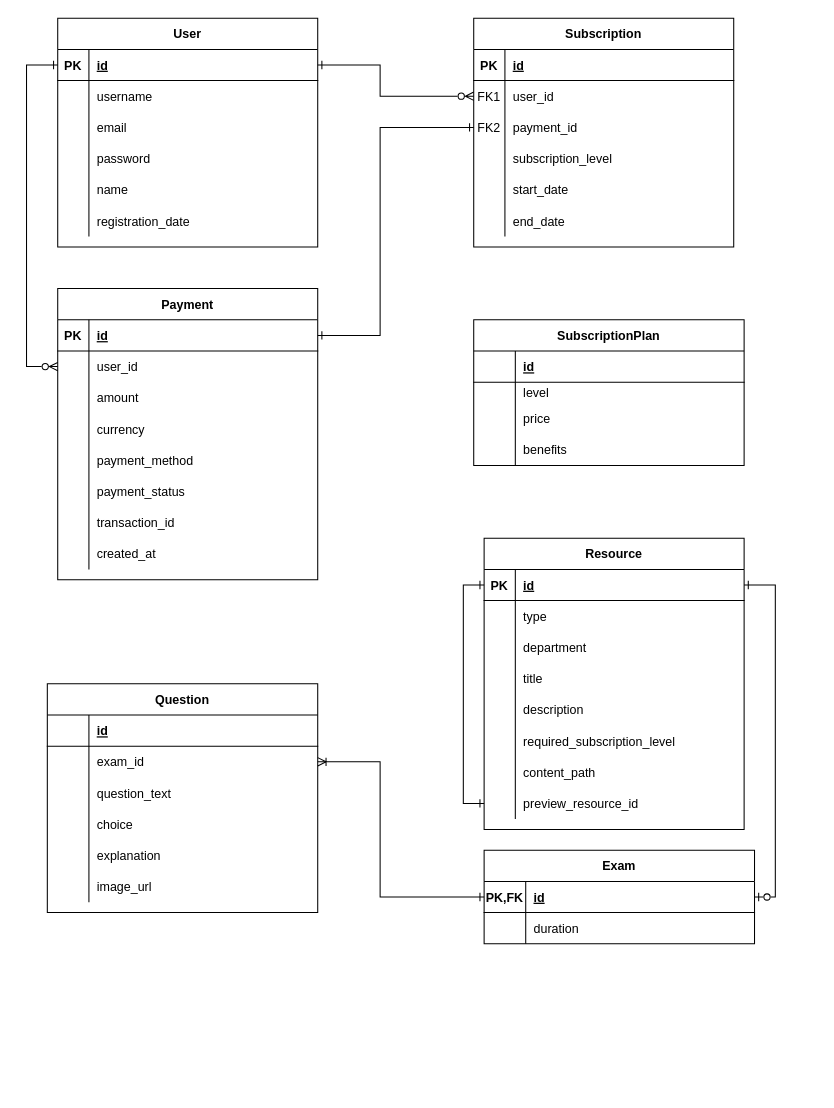
Habtamu-Dires/neus keeps this draw.io diagram as er_diagram.drawio. Above is the earlier version. Source tidied: cells renumbered, new cells numbered last; positions are measured from the earlier drawing's top-left corner, leaving out a move shared by most shapes. Both pictures are drawn from the tidied source at 104%, with x=0, y=0 at pixel (26, 18).
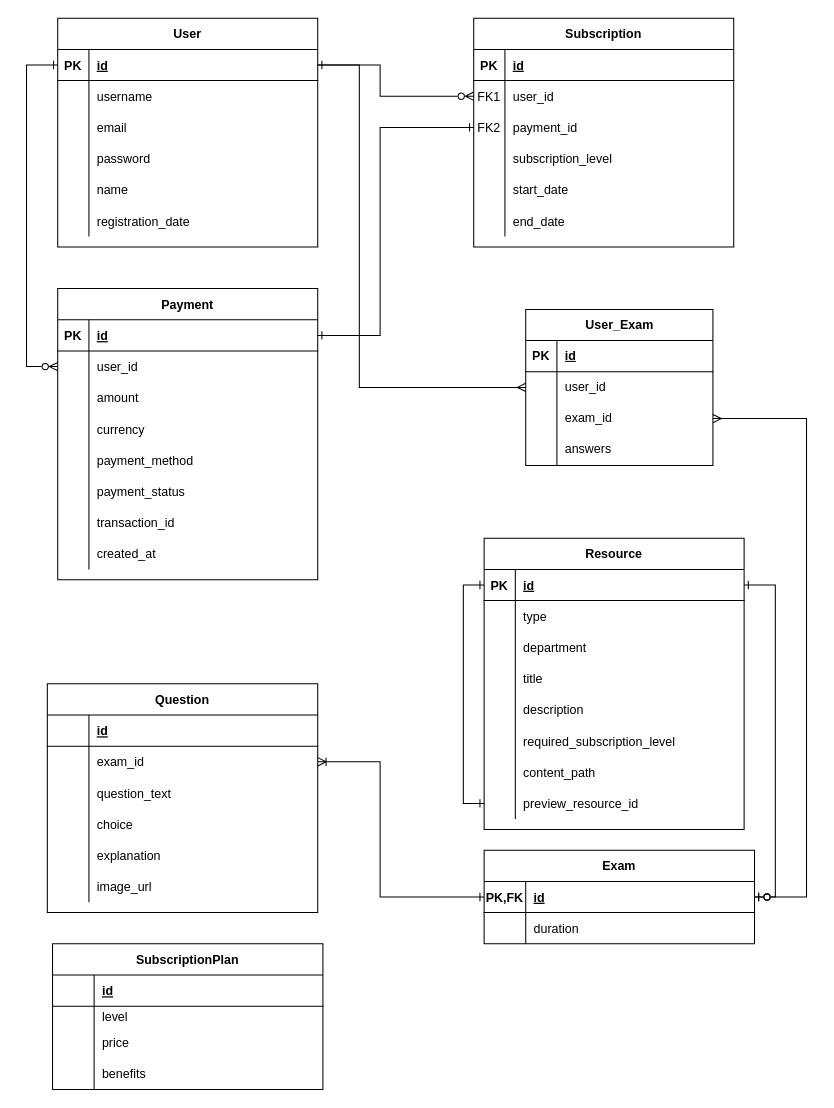
The same diagram, later.

The change refers to these unchanged cells:
```xml
<mxCell id="23" style="shape=partialRectangle;fillColor=none;points=[[0,0.5],[1,0.5]];portConstraint=eastwest;top=0;left=0;right=0;bottom=1;" parent="22" vertex="1">
  <mxGeometry y="30" width="260" height="30" as="geometry" />
</mxCell>
<mxCell id="30" style="shape=partialRectangle;fillColor=none;points=[[0,0.5],[1,0.5]];portConstraint=eastwest;top=0;left=0;right=0;bottom=1;" parent="29" vertex="1">
  <mxGeometry y="30" width="250" height="30" as="geometry" />
</mxCell>
```

The edit, as a diff of the source:
```diff
@@
     <mxCell id="122" value="SubscriptionPlan" style="shape=table;startSize=30;childLayout=tableLayout;rowLines=0;fontStyle=1;align=center;" parent="1" vertex="1">
-      <mxGeometry x="430" y="290" width="260" height="140" as="geometry" />
+      <mxGeometry x="25" y="890" width="260" height="140" as="geometry" />
     </mxCell>
@@
+    <mxCell id="135" value="User_Exam" style="shape=table;startSize=30;childLayout=tableLayout;rowLines=0;fontStyle=1;align=center;html=1;" parent="1" vertex="1">
+      <mxGeometry x="480" y="280" width="180" height="150" as="geometry" />
+    </mxCell>
+    <mxCell id="136" style="shape=tableRow;horizontal=0;startSize=0;swimlaneHead=0;swimlaneBody=0;fillColor=none;top=0;left=0;right=0;bottom=1;" parent="135" vertex="1">
+      <mxGeometry y="30" width="180" height="30" as="geometry" />
+    </mxCell>
+    <mxCell id="137" value="PK" style="shape=partialRectangle;fillColor=none;top=0;left=0;bottom=0;right=0;fontStyle=1;overflow=hidden;whiteSpace=wrap;html=1;" parent="136" vertex="1">
+      <mxGeometry width="30" height="30" as="geometry" />
+    </mxCell>
+    <mxCell id="138" value="id" style="shape=partialRectangle;fillColor=none;top=0;left=0;bottom=0;right=0;align=left;spacingLeft=6;fontStyle=5;overflow=hidden;whiteSpace=wrap;html=1;" parent="136" vertex="1">
+      <mxGeometry x="30" width="150" height="30" as="geometry" />
+    </mxCell>
+    <mxCell id="139" style="shape=tableRow;horizontal=0;startSize=0;swimlaneHead=0;swimlaneBody=0;fillColor=none;points=[[0,0.5],[1,0.5]];portConstraint=eastwest;top=0;left=0;right=0;bottom=0;" parent="135" vertex="1">
+      <mxGeometry y="60" width="180" height="30" as="geometry" />
+    </mxCell>
+    <mxCell id="140" style="shape=partialRectangle;fillColor=none;top=0;left=0;bottom=0;right=0;overflow=hidden;whiteSpace=wrap;html=1;" parent="139" vertex="1">
+      <mxGeometry width="30" height="30" as="geometry" />
+    </mxCell>
+    <mxCell id="141" value="user_id" style="shape=partialRectangle;fillColor=none;top=0;left=0;bottom=0;right=0;align=left;spacingLeft=6;overflow=hidden;whiteSpace=wrap;html=1;" parent="139" vertex="1">
+      <mxGeometry x="30" width="150" height="30" as="geometry" />
+    </mxCell>
+    <mxCell id="142" style="shape=tableRow;horizontal=0;startSize=0;swimlaneHead=0;swimlaneBody=0;fillColor=none;points=[[0,0.5],[1,0.5]];portConstraint=eastwest;top=0;left=0;right=0;bottom=0;" parent="135" vertex="1">
+      <mxGeometry y="90" width="180" height="30" as="geometry" />
+    </mxCell>
+    <mxCell id="143" style="shape=partialRectangle;fillColor=none;top=0;left=0;bottom=0;right=0;overflow=hidden;whiteSpace=wrap;html=1;" parent="142" vertex="1">
+      <mxGeometry width="30" height="30" as="geometry" />
+    </mxCell>
+    <mxCell id="144" value="exam_id" style="shape=partialRectangle;fillColor=none;top=0;left=0;bottom=0;right=0;align=left;spacingLeft=6;overflow=hidden;whiteSpace=wrap;html=1;" parent="142" vertex="1">
+      <mxGeometry x="30" width="150" height="30" as="geometry" />
+    </mxCell>
+    <mxCell id="145" style="shape=tableRow;horizontal=0;startSize=0;swimlaneHead=0;swimlaneBody=0;fillColor=none;top=0;left=0;right=0;bottom=0;" parent="135" vertex="1">
+      <mxGeometry y="120" width="180" height="30" as="geometry" />
+    </mxCell>
+    <mxCell id="146" style="shape=partialRectangle;fillColor=none;top=0;left=0;bottom=0;right=0;overflow=hidden;whiteSpace=wrap;html=1;" parent="145" vertex="1">
+      <mxGeometry width="30" height="30" as="geometry" />
+    </mxCell>
+    <mxCell id="147" value="answers" style="shape=partialRectangle;fillColor=none;top=0;left=0;bottom=0;right=0;align=left;spacingLeft=6;overflow=hidden;whiteSpace=wrap;html=1;" parent="145" vertex="1">
+      <mxGeometry x="30" width="150" height="30" as="geometry" />
+    </mxCell>
+    <mxCell id="148" style="edgeStyle=orthogonalEdgeStyle;rounded=0;jettySize=auto;html=1;entryX=1;entryY=0.5;entryDx=0;entryDy=0;endArrow=ERzeroToOne;endFill=0;startArrow=ERmany;startFill=0;" parent="1" edge="1" source="142" target="23">
+      <mxGeometry relative="1" as="geometry">
+        <Array as="points">
+          <mxPoint x="750" y="385" />
+          <mxPoint x="750" y="845" />
+        </Array>
+      </mxGeometry>
+    </mxCell>
+    <mxCell id="149" style="edgeStyle=orthogonalEdgeStyle;rounded=0;jettySize=auto;html=1;entryX=0;entryY=0.5;entryDx=0;entryDy=0;endArrow=ERmany;endFill=0;" parent="1" edge="1" source="30" target="139">
+      <mxGeometry relative="1" as="geometry">
+        <Array as="points">
+          <mxPoint x="320" y="45" />
+          <mxPoint x="320" y="355" />
+        </Array>
+      </mxGeometry>
+    </mxCell>
```
